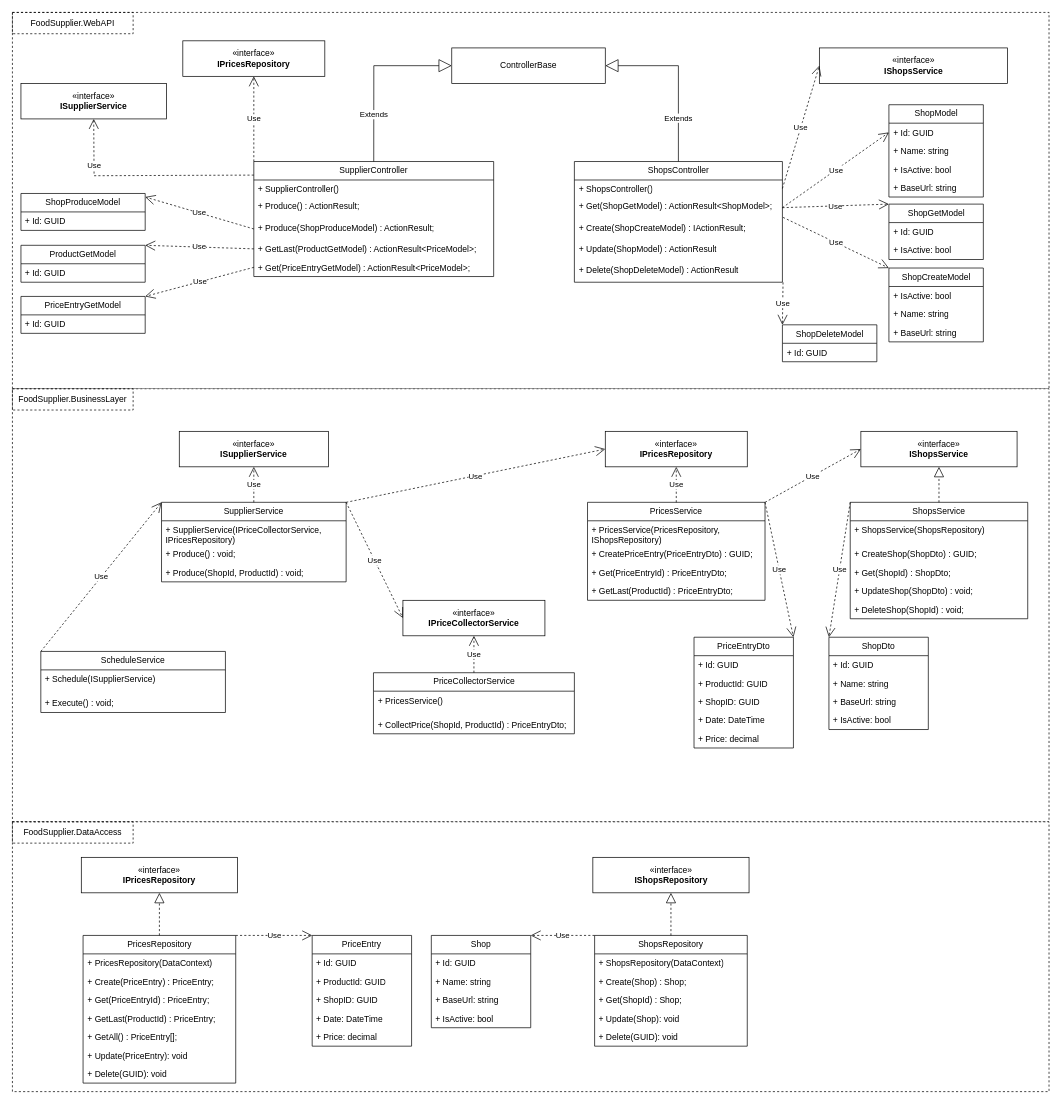
Earlier version of the draw.io diagram docs/diagrams/supplier_classes.drawio (otusroom5/food-manager). Source tidied: cells renumbered, new cells numbered last; positions are measured from the earlier drawing's top-left corner, leaving out a move shared by most shapes. Both pictures are drawn from the tidied source at 71%, with x=0, y=0 at pixel (12, 12).
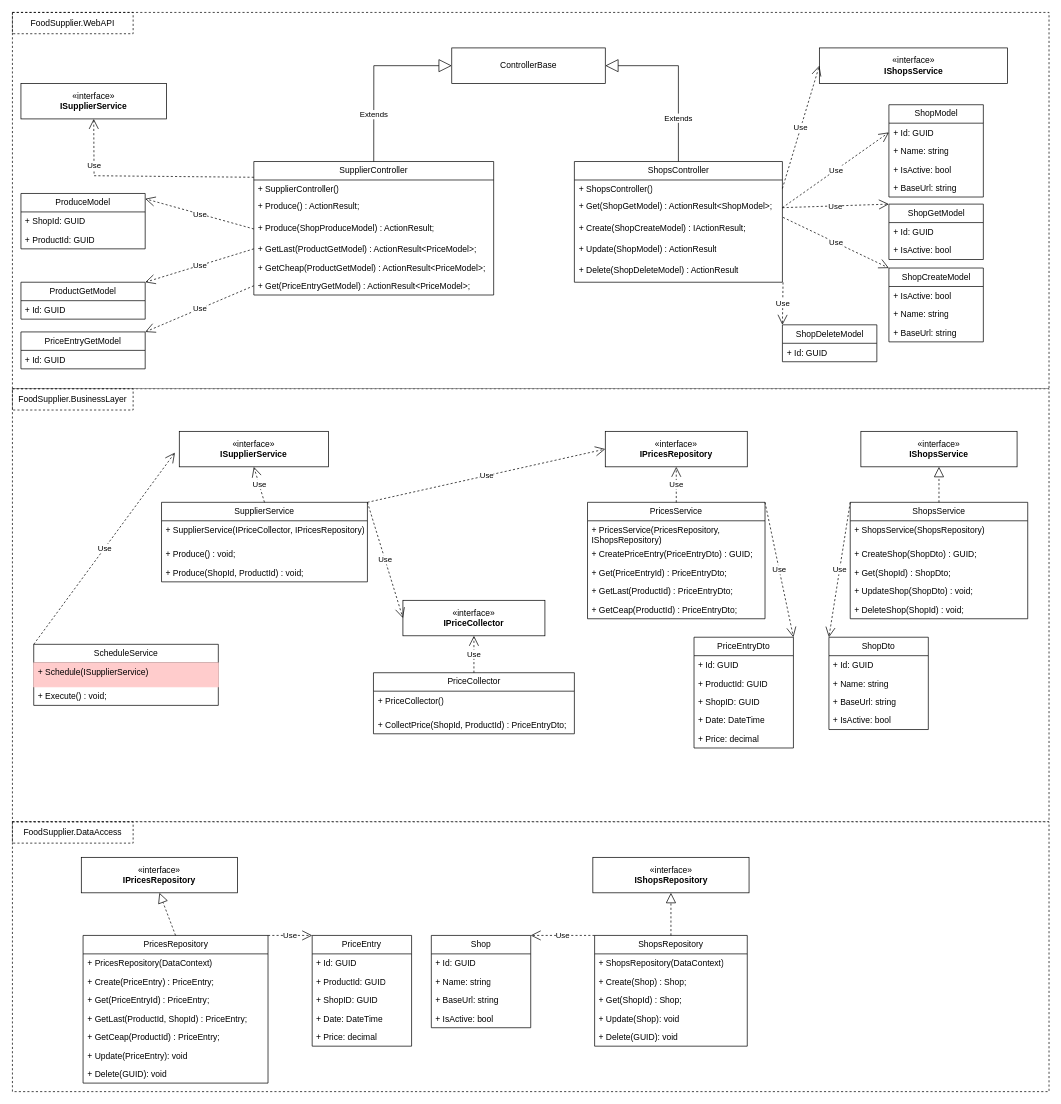
The same page after the edit.

The change refers to these unchanged cells:
```xml
<mxCell id="71" value="«interface»&lt;br&gt;&lt;b&gt;ISupplierService&lt;/b&gt;" style="html=1;whiteSpace=wrap;" parent="1" vertex="1">
  <mxGeometry x="235" y="590" width="210" height="50" as="geometry" />
</mxCell>
<mxCell id="88" value="«interface»&lt;br&gt;&lt;b&gt;IShopsService&lt;/b&gt;" style="html=1;whiteSpace=wrap;" parent="1" vertex="1">
  <mxGeometry x="1195" y="590" width="220" height="50" as="geometry" />
</mxCell>
```

Diff of the diagram source:
```diff
@@
     <mxCell id="7" value="PricesRepository" style="swimlane;fontStyle=0;horizontal=1;startSize=26;fillColor=none;whiteSpace=wrap;html=1;" parent="1" vertex="1">
-      <mxGeometry x="99.5" y="1300" width="215" height="208" as="geometry" />
+      <mxGeometry x="99.5" y="1300" width="260.5" height="208" as="geometry" />
     </mxCell>
     <mxCell id="8" value="&lt;div style=&quot;text-align: center;&quot;&gt;+ PricesRepository(DataContext)&lt;/div&gt;" style="text;strokeColor=none;fillColor=none;align=left;verticalAlign=top;spacingLeft=4;spacingRight=4;overflow=hidden;whiteSpace=wrap;html=1;" parent="7" vertex="1">
-      <mxGeometry y="26" width="215" height="26" as="geometry" />
+      <mxGeometry y="26" width="260.5" height="26" as="geometry" />
     </mxCell>
     <mxCell id="9" value="+ Create(PriceEntry) : PriceEntry;" style="text;strokeColor=none;fillColor=none;align=left;verticalAlign=top;spacingLeft=4;spacingRight=4;overflow=hidden;whiteSpace=wrap;html=1;" parent="7" vertex="1">
-      <mxGeometry y="52" width="215" height="26" as="geometry" />
+      <mxGeometry y="52" width="260.5" height="26" as="geometry" />
     </mxCell>
     <mxCell id="10" value="+ Get(PriceEntryId) : PriceEntry;" style="text;strokeColor=none;fillColor=none;align=left;verticalAlign=top;spacingLeft=4;spacingRight=4;overflow=hidden;whiteSpace=wrap;html=1;" parent="7" vertex="1">
-      <mxGeometry y="78" width="215" height="26" as="geometry" />
+      <mxGeometry y="78" width="260.5" height="26" as="geometry" />
     </mxCell>
-    <mxCell id="11" value="+ GetLast(ProductId) : PriceEntry;" style="text;strokeColor=none;fillColor=none;align=left;verticalAlign=top;spacingLeft=4;spacingRight=4;overflow=hidden;whiteSpace=wrap;html=1;" parent="7" vertex="1">
-      <mxGeometry y="104" width="215" height="26" as="geometry" />
+    <mxCell id="11" value="+ GetLast(ProductId, ShopId) : PriceEntry;" style="text;strokeColor=none;fillColor=none;align=left;verticalAlign=top;spacingLeft=4;spacingRight=4;overflow=hidden;whiteSpace=wrap;html=1;" parent="7" vertex="1">
+      <mxGeometry y="104" width="260.5" height="26" as="geometry" />
     </mxCell>
-    <mxCell id="12" value="+ GetAll() : PriceEntry[];" style="text;strokeColor=none;fillColor=none;align=left;verticalAlign=top;spacingLeft=4;spacingRight=4;overflow=hidden;whiteSpace=wrap;html=1;" parent="7" vertex="1">
-      <mxGeometry y="130" width="215" height="26" as="geometry" />
-    </mxCell>
+    <mxCell id="133" value="+ GetCeap(ProductId&lt;span style=&quot;background-color: initial;&quot;&gt;) : PriceEntry;&lt;/span&gt;" style="text;strokeColor=none;fillColor=none;align=left;verticalAlign=top;spacingLeft=4;spacingRight=4;overflow=hidden;whiteSpace=wrap;html=1;" parent="7" vertex="1">
+      <mxGeometry y="130" width="260.5" height="26" as="geometry" />
+    </mxCell>
     <mxCell id="13" value="+ Update(PriceEntry): void" style="text;strokeColor=none;fillColor=none;align=left;verticalAlign=top;spacingLeft=4;spacingRight=4;overflow=hidden;whiteSpace=wrap;html=1;" parent="7" vertex="1">
-      <mxGeometry y="156" width="215" height="26" as="geometry" />
+      <mxGeometry y="156" width="260.5" height="26" as="geometry" />
     </mxCell>
     <mxCell id="14" value="+ Delete(GUID): void" style="text;strokeColor=none;fillColor=none;align=left;verticalAlign=top;spacingLeft=4;spacingRight=4;overflow=hidden;whiteSpace=wrap;html=1;" parent="7" vertex="1">
-      <mxGeometry y="182" width="215" height="26" as="geometry" />
+      <mxGeometry y="182" width="260.5" height="26" as="geometry" />
     </mxCell>
@@
     <mxCell id="40" value="SupplierController" style="swimlane;fontStyle=0;horizontal=1;startSize=26;fillColor=none;whiteSpace=wrap;html=1;" parent="1" vertex="1">
-      <mxGeometry x="340" y="210" width="337.8" height="162" as="geometry" />
+      <mxGeometry x="340" y="210" width="337.8" height="188" as="geometry" />
     </mxCell>
@@
+    <mxCell id="134" value="+ GetCheap(ProductGetModel) : ActionResult&amp;lt;PriceModel&amp;gt;;" style="text;strokeColor=none;fillColor=none;align=left;verticalAlign=top;spacingLeft=4;spacingRight=4;overflow=hidden;whiteSpace=wrap;html=1;" parent="40" vertex="1">
+      <mxGeometry y="136" width="337.8" height="26" as="geometry" />
+    </mxCell>
     <mxCell id="45" value="+ Get(PriceEntryGetModel) : ActionResult&amp;lt;PriceModel&amp;gt;;" style="text;strokeColor=none;fillColor=none;align=left;verticalAlign=top;spacingLeft=4;spacingRight=4;overflow=hidden;points=[[0,0.5],[1,0.5]];portConstraint=eastwest;whiteSpace=wrap;html=1;" parent="40" vertex="1">
-      <mxGeometry y="136" width="337.8" height="26" as="geometry" />
+      <mxGeometry y="162" width="337.8" height="26" as="geometry" />
     </mxCell>
@@
-    <mxCell id="49" value="&lt;span style=&quot;text-align: left;&quot;&gt;ShopProduceModel&lt;/span&gt;" style="swimlane;fontStyle=0;horizontal=1;startSize=26;fillColor=none;whiteSpace=wrap;html=1;" parent="1" vertex="1">
-      <mxGeometry x="12" y="255" width="175" height="52" as="geometry" />
+    <mxCell id="49" value="&lt;span style=&quot;text-align: left;&quot;&gt;ProduceModel&lt;/span&gt;" style="swimlane;fontStyle=0;horizontal=1;startSize=26;fillColor=none;whiteSpace=wrap;html=1;" parent="1" vertex="1">
+      <mxGeometry x="12" y="255" width="175" height="78" as="geometry" />
     </mxCell>
-    <mxCell id="50" value="+ Id: GUID" style="text;strokeColor=none;fillColor=none;align=left;verticalAlign=top;spacingLeft=4;spacingRight=4;overflow=hidden;whiteSpace=wrap;html=1;" parent="49" vertex="1">
+    <mxCell id="50" value="+ ShopId: GUID" style="text;strokeColor=none;fillColor=none;align=left;verticalAlign=top;spacingLeft=4;spacingRight=4;overflow=hidden;whiteSpace=wrap;html=1;" parent="49" vertex="1">
       <mxGeometry y="26" width="175" height="26" as="geometry" />
     </mxCell>
+    <mxCell id="135" value="+ ProductId: GUID" style="text;strokeColor=none;fillColor=none;align=left;verticalAlign=top;spacingLeft=4;spacingRight=4;overflow=hidden;whiteSpace=wrap;html=1;" parent="49" vertex="1">
+      <mxGeometry y="52" width="175" height="26" as="geometry" />
+    </mxCell>
@@
     <mxCell id="59" value="PricesService" style="swimlane;fontStyle=0;horizontal=1;startSize=26;fillColor=none;whiteSpace=wrap;html=1;" parent="1" vertex="1">
-      <mxGeometry x="810" y="690" width="250" height="138" as="geometry" />
+      <mxGeometry x="810" y="690" width="250" height="164" as="geometry" />
     </mxCell>
@@
+    <mxCell id="136" value="+ GetCeap(ProductId&lt;span style=&quot;background-color: initial;&quot;&gt;) : PriceEntryDto;&lt;/span&gt;" style="text;strokeColor=none;fillColor=none;align=left;verticalAlign=top;spacingLeft=4;spacingRight=4;overflow=hidden;whiteSpace=wrap;html=1;" parent="59" vertex="1">
+      <mxGeometry y="138" width="250" height="26" as="geometry" />
+    </mxCell>
@@
-    <mxCell id="90" value="Use" style="endArrow=open;endSize=12;dashed=1;html=1;rounded=0;entryX=0;entryY=0.5;entryDx=0;entryDy=0;exitX=1;exitY=0;exitDx=0;exitDy=0;" parent="1" edge="1" source="59" target="88">
-      <mxGeometry relative="1" as="geometry" />
-    </mxCell>
@@
     <mxCell id="109" value="&lt;span style=&quot;text-align: left;&quot;&gt;ProductGetModel&lt;/span&gt;" style="swimlane;fontStyle=0;horizontal=1;startSize=26;fillColor=none;whiteSpace=wrap;html=1;" parent="1" vertex="1">
-      <mxGeometry x="12" y="328" width="175" height="52" as="geometry" />
+      <mxGeometry x="12" y="380" width="175" height="52" as="geometry" />
     </mxCell>
@@
     <mxCell id="111" value="&lt;span style=&quot;text-align: left;&quot;&gt;PriceEntryGetModel&lt;/span&gt;" style="swimlane;fontStyle=0;horizontal=1;startSize=26;fillColor=none;whiteSpace=wrap;html=1;" parent="1" vertex="1">
-      <mxGeometry x="12" y="400" width="175" height="52" as="geometry" />
+      <mxGeometry x="12" y="450" width="175" height="52" as="geometry" />
     </mxCell>
@@
     <mxCell id="115" value="SupplierService" style="swimlane;fontStyle=0;horizontal=1;startSize=26;fillColor=none;whiteSpace=wrap;html=1;" parent="1" vertex="1">
-      <mxGeometry x="210" y="690" width="260" height="112" as="geometry" />
+      <mxGeometry x="210" y="690" width="290" height="112" as="geometry" />
     </mxCell>
-    <mxCell id="116" value="&lt;div style=&quot;&quot;&gt;+&amp;nbsp;SupplierService(&lt;span style=&quot;background-color: initial; text-align: center;&quot;&gt;IPriceCollectorService,&amp;nbsp;&lt;/span&gt;&lt;/div&gt;&lt;div style=&quot;&quot;&gt;&lt;span style=&quot;background-color: initial;&quot;&gt;IPricesRepository&lt;/span&gt;&lt;span style=&quot;background-color: initial;&quot;&gt;)&lt;/span&gt;&lt;/div&gt;" style="text;strokeColor=none;fillColor=none;align=left;verticalAlign=top;spacingLeft=4;spacingRight=4;overflow=hidden;whiteSpace=wrap;html=1;" parent="115" vertex="1">
-      <mxGeometry y="26" width="260" height="34" as="geometry" />
+    <mxCell id="116" value="&lt;div style=&quot;&quot;&gt;+&amp;nbsp;SupplierService(&lt;span style=&quot;background-color: initial; text-align: center;&quot;&gt;IPriceCollector,&amp;nbsp;&lt;/span&gt;&lt;span style=&quot;background-color: initial;&quot;&gt;IPricesRepository&lt;/span&gt;&lt;span style=&quot;background-color: initial;&quot;&gt;)&lt;/span&gt;&lt;/div&gt;" style="text;strokeColor=none;fillColor=none;align=left;verticalAlign=top;spacingLeft=4;spacingRight=4;overflow=hidden;whiteSpace=wrap;html=1;" parent="115" vertex="1">
+      <mxGeometry y="26" width="290" height="34" as="geometry" />
     </mxCell>
     <mxCell id="117" value="+ Produce() : void;" style="text;strokeColor=none;fillColor=none;align=left;verticalAlign=top;spacingLeft=4;spacingRight=4;overflow=hidden;whiteSpace=wrap;html=1;" parent="115" vertex="1">
-      <mxGeometry y="60" width="260" height="26" as="geometry" />
+      <mxGeometry y="60" width="290" height="26" as="geometry" />
     </mxCell>
     <mxCell id="118" value="+ Produce(ShopId, ProductId) : void;" style="text;strokeColor=none;fillColor=none;align=left;verticalAlign=top;spacingLeft=4;spacingRight=4;overflow=hidden;whiteSpace=wrap;html=1;" parent="115" vertex="1">
-      <mxGeometry y="86" width="260" height="26" as="geometry" />
+      <mxGeometry y="86" width="290" height="26" as="geometry" />
     </mxCell>
@@
-    <mxCell id="121" value="«interface»&lt;br&gt;&lt;b&gt;IPricesRepository&lt;/b&gt;" style="html=1;whiteSpace=wrap;" parent="1" vertex="1">
-      <mxGeometry x="240" y="40" width="200" height="50" as="geometry" />
-    </mxCell>
-    <mxCell id="122" value="Use" style="endArrow=open;endSize=12;dashed=1;html=1;rounded=0;entryX=0.5;entryY=1;entryDx=0;entryDy=0;exitX=0;exitY=0;exitDx=0;exitDy=0;" parent="1" edge="1" source="40" target="121">
-      <mxGeometry relative="1" as="geometry" />
-    </mxCell>
     <mxCell id="123" value="ScheduleService" style="swimlane;fontStyle=0;horizontal=1;startSize=26;fillColor=none;whiteSpace=wrap;html=1;" parent="1" vertex="1">
-      <mxGeometry x="40" y="900" width="260" height="86" as="geometry" />
+      <mxGeometry x="30" y="890" width="260" height="86" as="geometry" />
     </mxCell>
-    <mxCell id="124" value="&lt;div style=&quot;&quot;&gt;+&amp;nbsp;&lt;span style=&quot;text-align: center;&quot;&gt;Schedule&lt;/span&gt;(&lt;span style=&quot;text-align: center;&quot;&gt;ISupplierService&lt;/span&gt;&lt;span style=&quot;background-color: initial;&quot;&gt;)&lt;/span&gt;&lt;/div&gt;" style="text;strokeColor=none;fillColor=none;align=left;verticalAlign=top;spacingLeft=4;spacingRight=4;overflow=hidden;whiteSpace=wrap;html=1;" parent="123" vertex="1">
+    <mxCell id="124" value="&lt;div style=&quot;&quot;&gt;+&amp;nbsp;&lt;span style=&quot;text-align: center;&quot;&gt;Schedule&lt;/span&gt;(&lt;span style=&quot;text-align: center;&quot;&gt;ISupplierService&lt;/span&gt;&lt;span style=&quot;background-color: initial;&quot;&gt;)&lt;/span&gt;&lt;/div&gt;" style="text;strokeColor=#FFCCCC;fillColor=#FFCCCC;align=left;verticalAlign=top;spacingLeft=4;spacingRight=4;overflow=hidden;whiteSpace=wrap;html=1;" parent="123" vertex="1">
       <mxGeometry y="26" width="260" height="34" as="geometry" />
     </mxCell>
@@
-    <mxCell id="126" value="Use" style="endArrow=open;endSize=12;dashed=1;html=1;rounded=0;entryX=0;entryY=0;entryDx=0;entryDy=0;exitX=0;exitY=0;exitDx=0;exitDy=0;" parent="1" edge="1" source="123" target="115">
+    <mxCell id="126" value="Use" style="endArrow=open;endSize=12;dashed=1;html=1;rounded=0;entryX=-0.029;entryY=0.6;entryDx=0;entryDy=0;exitX=0;exitY=0;exitDx=0;exitDy=0;entryPerimeter=0;" parent="1" edge="1" source="123" target="71">
       <mxGeometry relative="1" as="geometry" />
     </mxCell>
-    <mxCell id="127" value="PriceCollectorService" style="swimlane;fontStyle=0;horizontal=1;startSize=26;fillColor=none;whiteSpace=wrap;html=1;" parent="1" vertex="1">
+    <mxCell id="127" value="PriceCollector" style="swimlane;fontStyle=0;horizontal=1;startSize=26;fillColor=none;whiteSpace=wrap;html=1;" parent="1" vertex="1">
       <mxGeometry x="508.5" y="930" width="283" height="86" as="geometry" />
     </mxCell>
-    <mxCell id="128" value="&lt;div style=&quot;&quot;&gt;+&amp;nbsp;PricesService()&lt;/div&gt;" style="text;strokeColor=none;fillColor=none;align=left;verticalAlign=top;spacingLeft=4;spacingRight=4;overflow=hidden;whiteSpace=wrap;html=1;" parent="127" vertex="1">
+    <mxCell id="128" value="&lt;div style=&quot;&quot;&gt;+&amp;nbsp;PriceCollector()&lt;/div&gt;" style="text;strokeColor=none;fillColor=none;align=left;verticalAlign=top;spacingLeft=4;spacingRight=4;overflow=hidden;whiteSpace=wrap;html=1;" parent="127" vertex="1">
       <mxGeometry y="26" width="283" height="34" as="geometry" />
     </mxCell>
@@
-    <mxCell id="130" value="«interface»&lt;br&gt;&lt;b&gt;IPriceCollectorService&lt;/b&gt;" style="html=1;whiteSpace=wrap;" parent="1" vertex="1">
+    <mxCell id="130" value="«interface»&lt;br&gt;&lt;b&gt;IPriceCollector&lt;/b&gt;" style="html=1;whiteSpace=wrap;" parent="1" vertex="1">
       <mxGeometry x="550" y="828" width="200" height="50" as="geometry" />
     </mxCell>
```
